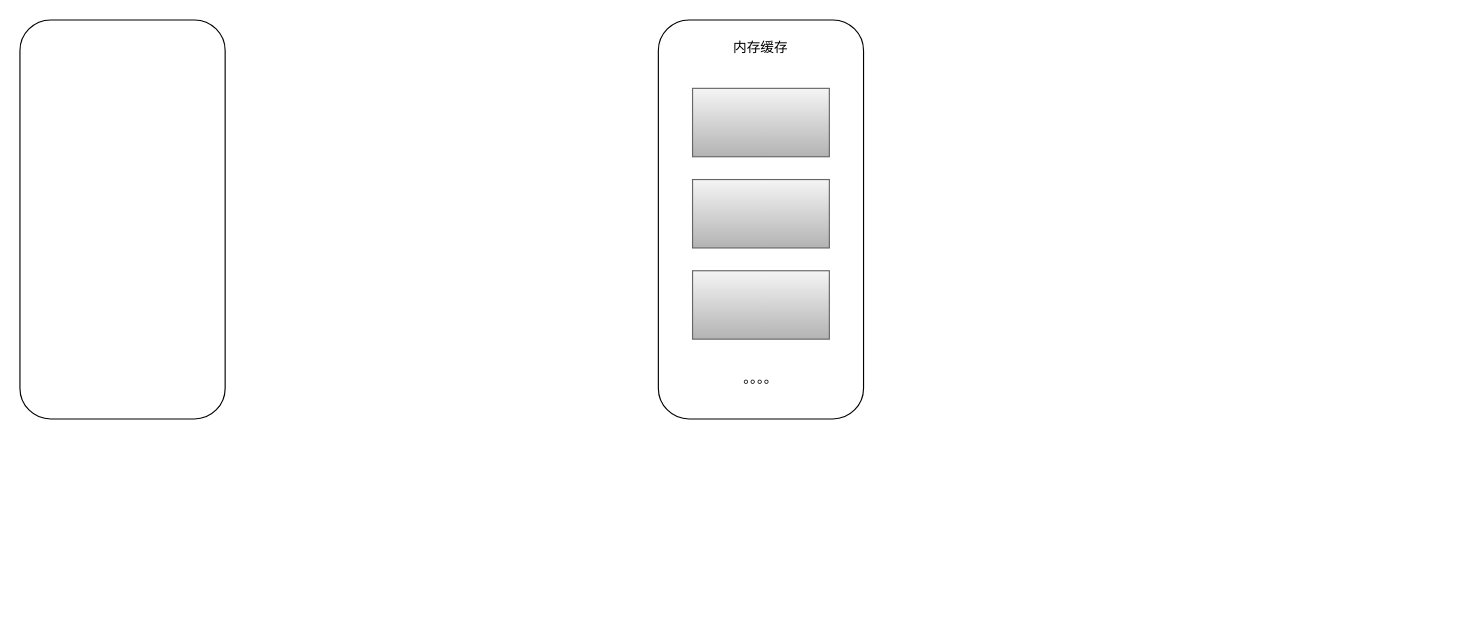
Before: draw_io_dir/Glide.drawio in LongerLonge/jormun_drawio_repo, a draw.io diagram. Source tidied: cells renumbered, new cells numbered last; positions are measured from the earlier drawing's top-left corner, leaving out a move shared by most shapes. Both pictures are drawn from the tidied source at 114%, with x=0, y=0 at pixel (19, 19).
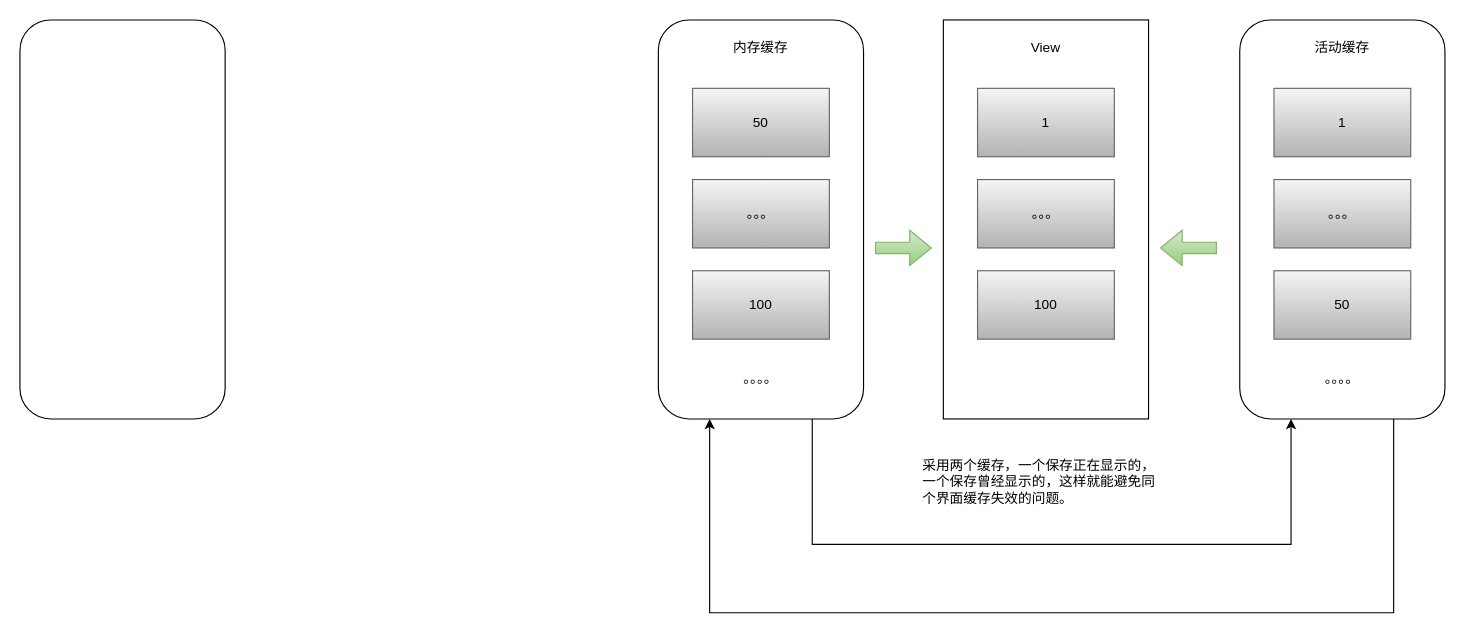
The same diagram, later.

The change refers to these unchanged cells:
```xml
<mxCell id="3" style="rounded=1;whiteSpace=wrap;html=1;" parent="1" vertex="1">
  <mxGeometry x="560" width="180" height="350" as="geometry" />
</mxCell>
```

Diff of the diagram source:
```diff
@@
-    <mxCell id="4" style="rounded=0;whiteSpace=wrap;html=1;fillColor=#f5f5f5;gradientColor=#b3b3b3;strokeColor=#666666;" parent="1" vertex="1">
+    <mxCell id="4" value="&lt;font color=&quot;#000000&quot;&gt;50&lt;/font&gt;" style="rounded=0;whiteSpace=wrap;html=1;fillColor=#f5f5f5;gradientColor=#b3b3b3;strokeColor=#666666;" parent="1" vertex="1">
       <mxGeometry x="590" y="60" width="120" height="60" as="geometry" />
     </mxCell>
-    <mxCell id="5" style="rounded=0;whiteSpace=wrap;html=1;fillColor=#f5f5f5;gradientColor=#b3b3b3;strokeColor=#666666;" parent="1" vertex="1">
+    <mxCell id="5" value="&lt;font color=&quot;#000000&quot;&gt;。。。&lt;/font&gt;" style="rounded=0;whiteSpace=wrap;html=1;fillColor=#f5f5f5;gradientColor=#b3b3b3;strokeColor=#666666;" parent="1" vertex="1">
       <mxGeometry x="590" y="140" width="120" height="60" as="geometry" />
     </mxCell>
-    <mxCell id="6" style="rounded=0;whiteSpace=wrap;html=1;fillColor=#f5f5f5;gradientColor=#b3b3b3;strokeColor=#666666;" parent="1" vertex="1">
+    <mxCell id="6" value="&lt;font color=&quot;#000000&quot;&gt;100&lt;/font&gt;" style="rounded=0;whiteSpace=wrap;html=1;fillColor=#f5f5f5;gradientColor=#b3b3b3;strokeColor=#666666;" parent="1" vertex="1">
       <mxGeometry x="590" y="220" width="120" height="60" as="geometry" />
     </mxCell>
@@
+    <mxCell id="9" style="rounded=0;whiteSpace=wrap;html=1;" parent="1" vertex="1">
+      <mxGeometry x="810" width="180" height="350" as="geometry" />
+    </mxCell>
+    <mxCell id="10" value="View" style="text;html=1;strokeColor=none;fillColor=none;align=center;verticalAlign=middle;whiteSpace=wrap;rounded=0;" parent="1" vertex="1">
+      <mxGeometry x="860" y="10" width="80" height="30" as="geometry" />
+    </mxCell>
+    <mxCell id="11" style="shape=flexArrow;endArrow=classic;html=1;rounded=0;fillColor=#d5e8d4;gradientColor=#97d077;strokeColor=#82b366;" parent="1" edge="1">
+      <mxGeometry relative="1" as="geometry">
+        <mxPoint x="750" y="200" as="sourcePoint" />
+        <mxPoint x="800" y="200" as="targetPoint" />
+      </mxGeometry>
+    </mxCell>
+    <mxCell id="12" value="采用两个缓存，一个保存正在显示的，一个保存曾经显示的，这样就能避免同个界面缓存失效的问题。" style="text;html=1;strokeColor=none;fillColor=none;align=left;verticalAlign=middle;whiteSpace=wrap;rounded=0;" parent="1" vertex="1">
+      <mxGeometry x="790" y="370" width="210" height="70" as="geometry" />
+    </mxCell>
+    <mxCell id="13" style="rounded=1;whiteSpace=wrap;html=1;" parent="1" vertex="1">
+      <mxGeometry x="1070" width="180" height="350" as="geometry" />
+    </mxCell>
+    <mxCell id="14" value="&lt;font color=&quot;#000000&quot;&gt;1&lt;/font&gt;" style="rounded=0;whiteSpace=wrap;html=1;fillColor=#f5f5f5;gradientColor=#b3b3b3;strokeColor=#666666;" parent="1" vertex="1">
+      <mxGeometry x="1100" y="60" width="120" height="60" as="geometry" />
+    </mxCell>
+    <mxCell id="15" value="&lt;font color=&quot;#000000&quot;&gt;。。。&lt;/font&gt;" style="rounded=0;whiteSpace=wrap;html=1;fillColor=#f5f5f5;gradientColor=#b3b3b3;strokeColor=#666666;" parent="1" vertex="1">
+      <mxGeometry x="1100" y="140" width="120" height="60" as="geometry" />
+    </mxCell>
+    <mxCell id="16" value="&lt;font color=&quot;#000000&quot;&gt;50&lt;/font&gt;" style="rounded=0;whiteSpace=wrap;html=1;fillColor=#f5f5f5;gradientColor=#b3b3b3;strokeColor=#666666;" parent="1" vertex="1">
+      <mxGeometry x="1100" y="220" width="120" height="60" as="geometry" />
+    </mxCell>
+    <mxCell id="17" value="活动缓存" style="text;html=1;strokeColor=none;fillColor=none;align=center;verticalAlign=middle;whiteSpace=wrap;rounded=0;" parent="1" vertex="1">
+      <mxGeometry x="1120" y="10" width="80" height="30" as="geometry" />
+    </mxCell>
+    <mxCell id="18" value="。。。。" style="text;html=1;strokeColor=none;fillColor=none;align=center;verticalAlign=middle;whiteSpace=wrap;rounded=0;" parent="1" vertex="1">
+      <mxGeometry x="1120" y="300" width="80" height="30" as="geometry" />
+    </mxCell>
+    <mxCell id="19" style="shape=flexArrow;endArrow=classic;html=1;rounded=0;fillColor=#d5e8d4;gradientColor=#97d077;strokeColor=#82b366;" parent="1" edge="1">
+      <mxGeometry relative="1" as="geometry">
+        <mxPoint x="1050" y="200" as="sourcePoint" />
+        <mxPoint x="1000" y="200" as="targetPoint" />
+      </mxGeometry>
+    </mxCell>
+    <mxCell id="20" style="endArrow=classic;html=1;rounded=0;entryX=0.25;entryY=1;entryDx=0;entryDy=0;exitX=0.75;exitY=1;exitDx=0;exitDy=0;" parent="1" edge="1" source="3" target="13">
+      <mxGeometry relative="1" as="geometry">
+        <Array as="points">
+          <mxPoint x="695" y="460" />
+          <mxPoint x="900" y="460" />
+          <mxPoint x="1115" y="460" />
+        </Array>
+      </mxGeometry>
+    </mxCell>
+    <mxCell id="21" style="endArrow=classic;html=1;rounded=0;entryX=0.25;entryY=1;entryDx=0;entryDy=0;exitX=0.75;exitY=1;exitDx=0;exitDy=0;" parent="1" edge="1" source="13" target="3">
+      <mxGeometry relative="1" as="geometry">
+        <Array as="points">
+          <mxPoint x="1205" y="520" />
+          <mxPoint x="910" y="520" />
+          <mxPoint x="605" y="520" />
+        </Array>
+      </mxGeometry>
+    </mxCell>
+    <mxCell id="22" value="&lt;font color=&quot;#000000&quot;&gt;1&lt;/font&gt;" style="rounded=0;whiteSpace=wrap;html=1;fillColor=#f5f5f5;gradientColor=#b3b3b3;strokeColor=#666666;" parent="1" vertex="1">
+      <mxGeometry x="840" y="60" width="120" height="60" as="geometry" />
+    </mxCell>
+    <mxCell id="23" value="&lt;font color=&quot;#000000&quot;&gt;。。。&lt;/font&gt;" style="rounded=0;whiteSpace=wrap;html=1;fillColor=#f5f5f5;gradientColor=#b3b3b3;strokeColor=#666666;" parent="1" vertex="1">
+      <mxGeometry x="840" y="140" width="120" height="60" as="geometry" />
+    </mxCell>
+    <mxCell id="24" value="&lt;font color=&quot;#000000&quot;&gt;100&lt;/font&gt;" style="rounded=0;whiteSpace=wrap;html=1;fillColor=#f5f5f5;gradientColor=#b3b3b3;strokeColor=#666666;" parent="1" vertex="1">
+      <mxGeometry x="840" y="220" width="120" height="60" as="geometry" />
+    </mxCell>
```
